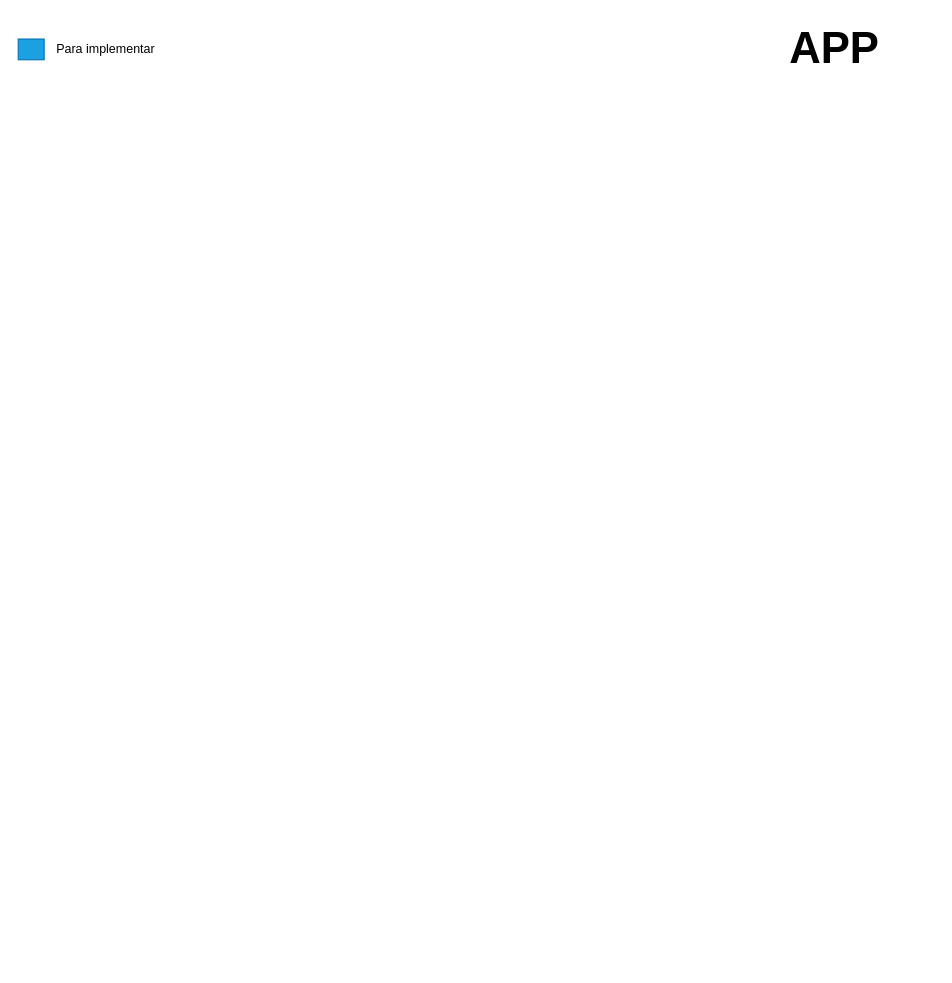
This is page "APP" (2 of 9) of Artefactos/Diagramas/diagrama-clases.drawio from Evynith/Entregable-Metodologias, a draw.io file, before an edit. Source tidied: cells renumbered, new cells numbered last; positions are measured from the earlier drawing's top-left corner, leaving out a move shared by most shapes. Both pictures are drawn from the tidied source at 104%, with x=0, y=0 at pixel (18, 18).
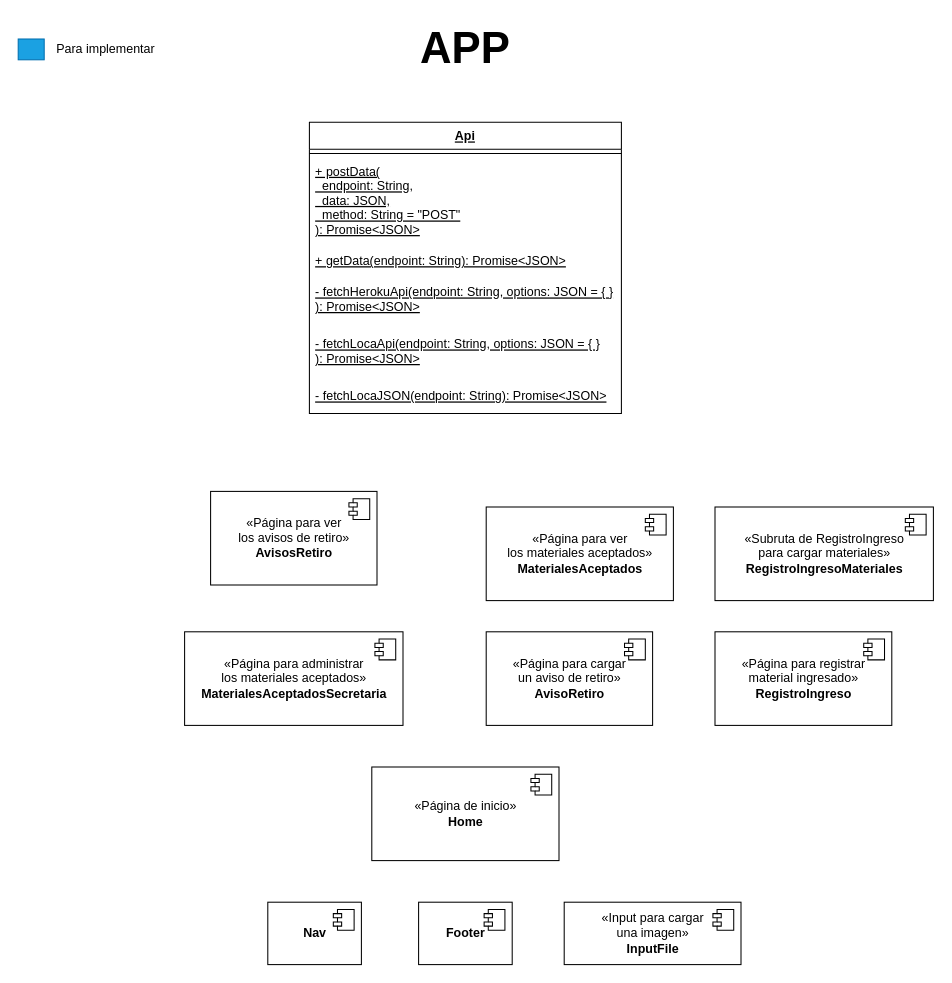
Above is the later version.

What changed in the source:
```diff
@@
     <mxCell id="4" value="APP" style="text;html=1;strokeColor=none;fillColor=none;align=center;verticalAlign=middle;whiteSpace=wrap;rounded=0;fontSize=42;fontStyle=1;" parent="1" vertex="1">
-      <mxGeometry x="725" width="120" height="60" as="geometry" />
+      <mxGeometry x="370" width="120" height="60" as="geometry" />
     </mxCell>
+    <mxCell id="5" value="&lt;b style=&quot;font-size: 12px;&quot;&gt;Nav&lt;/b&gt;" style="html=1;fontSize=12;fontColor=#000000;strokeColor=#000000;fillColor=#ffffff;" parent="1" vertex="1">
+      <mxGeometry x="240" y="850" width="90" height="60" as="geometry" />
+    </mxCell>
+    <mxCell id="6" style="shape=module;jettyWidth=8;jettyHeight=4;" parent="5" vertex="1">
+      <mxGeometry x="1" width="20" height="20" relative="1" as="geometry">
+        <mxPoint x="-27" y="7" as="offset" />
+      </mxGeometry>
+    </mxCell>
+    <mxCell id="7" value="&lt;b style=&quot;font-size: 12px;&quot;&gt;Footer&lt;/b&gt;" style="html=1;fontSize=12;fontColor=#000000;strokeColor=#000000;fillColor=#ffffff;" parent="1" vertex="1">
+      <mxGeometry x="385" y="850" width="90" height="60" as="geometry" />
+    </mxCell>
+    <mxCell id="8" style="shape=module;jettyWidth=8;jettyHeight=4;" parent="7" vertex="1">
+      <mxGeometry x="1" width="20" height="20" relative="1" as="geometry">
+        <mxPoint x="-27" y="7" as="offset" />
+      </mxGeometry>
+    </mxCell>
+    <mxCell id="9" value="«Página de inicio»&lt;br style=&quot;font-size: 12px;&quot;&gt;&lt;b style=&quot;font-size: 12px;&quot;&gt;Home&lt;/b&gt;" style="html=1;fontSize=12;fontColor=#000000;strokeColor=#000000;fillColor=#ffffff;" parent="1" vertex="1">
+      <mxGeometry x="340" y="720" width="180" height="90" as="geometry" />
+    </mxCell>
+    <mxCell id="10" style="shape=module;jettyWidth=8;jettyHeight=4;" parent="9" vertex="1">
+      <mxGeometry x="1" width="20" height="20" relative="1" as="geometry">
+        <mxPoint x="-27" y="7" as="offset" />
+      </mxGeometry>
+    </mxCell>
+    <mxCell id="11" value="«Página para registrar &lt;br style=&quot;font-size: 12px;&quot;&gt;material ingresado»&lt;br style=&quot;font-size: 12px;&quot;&gt;&lt;b style=&quot;font-size: 12px;&quot;&gt;RegistroIngreso&lt;/b&gt;" style="html=1;fontSize=12;fontColor=#000000;strokeColor=#000000;fillColor=#ffffff;" parent="1" vertex="1">
+      <mxGeometry x="670" y="590" width="170" height="90" as="geometry" />
+    </mxCell>
+    <mxCell id="12" style="shape=module;jettyWidth=8;jettyHeight=4;" parent="11" vertex="1">
+      <mxGeometry x="1" width="20" height="20" relative="1" as="geometry">
+        <mxPoint x="-27" y="7" as="offset" />
+      </mxGeometry>
+    </mxCell>
+    <mxCell id="13" value="«Subruta de RegistroIngreso &lt;br style=&quot;font-size: 12px;&quot;&gt;para cargar materiales»&lt;br style=&quot;font-size: 12px;&quot;&gt;&lt;b style=&quot;font-size: 12px;&quot;&gt;RegistroIngresoMateriales&lt;/b&gt;" style="html=1;fontSize=12;fontColor=#000000;strokeColor=#000000;fillColor=#ffffff;" parent="1" vertex="1">
+      <mxGeometry x="670" y="470" width="210" height="90" as="geometry" />
+    </mxCell>
+    <mxCell id="14" style="shape=module;jettyWidth=8;jettyHeight=4;" parent="13" vertex="1">
+      <mxGeometry x="1" width="20" height="20" relative="1" as="geometry">
+        <mxPoint x="-27" y="7" as="offset" />
+      </mxGeometry>
+    </mxCell>
+    <mxCell id="15" value="«Página para ver &lt;br style=&quot;font-size: 12px;&quot;&gt;los materiales aceptados»&lt;br style=&quot;font-size: 12px;&quot;&gt;&lt;b style=&quot;font-size: 12px;&quot;&gt;MaterialesAceptados&lt;/b&gt;" style="html=1;fontSize=12;fontColor=#000000;strokeColor=#000000;fillColor=#ffffff;" parent="1" vertex="1">
+      <mxGeometry x="450" y="470" width="180" height="90" as="geometry" />
+    </mxCell>
+    <mxCell id="16" style="shape=module;jettyWidth=8;jettyHeight=4;" parent="15" vertex="1">
+      <mxGeometry x="1" width="20" height="20" relative="1" as="geometry">
+        <mxPoint x="-27" y="7" as="offset" />
+      </mxGeometry>
+    </mxCell>
+    <mxCell id="17" value="«Página para administrar&lt;br style=&quot;font-size: 12px;&quot;&gt;los materiales aceptados»&lt;br style=&quot;font-size: 12px;&quot;&gt;&lt;b style=&quot;font-size: 12px;&quot;&gt;MaterialesAceptadosSecretaria&lt;/b&gt;" style="html=1;fontSize=12;fontColor=#000000;strokeColor=#000000;fillColor=#ffffff;" parent="1" vertex="1">
+      <mxGeometry x="160" y="590" width="210" height="90" as="geometry" />
+    </mxCell>
+    <mxCell id="18" style="shape=module;jettyWidth=8;jettyHeight=4;" parent="17" vertex="1">
+      <mxGeometry x="1" width="20" height="20" relative="1" as="geometry">
+        <mxPoint x="-27" y="7" as="offset" />
+      </mxGeometry>
+    </mxCell>
+    <mxCell id="19" value="«Página para cargar&lt;br style=&quot;font-size: 12px;&quot;&gt;un aviso de retiro»&lt;br style=&quot;font-size: 12px;&quot;&gt;&lt;b style=&quot;font-size: 12px;&quot;&gt;AvisoRetiro&lt;/b&gt;" style="html=1;fontSize=12;fontColor=#000000;strokeColor=#000000;fillColor=#ffffff;" parent="1" vertex="1">
+      <mxGeometry x="450" y="590" width="160" height="90" as="geometry" />
+    </mxCell>
+    <mxCell id="20" style="shape=module;jettyWidth=8;jettyHeight=4;" parent="19" vertex="1">
+      <mxGeometry x="1" width="20" height="20" relative="1" as="geometry">
+        <mxPoint x="-27" y="7" as="offset" />
+      </mxGeometry>
+    </mxCell>
+    <mxCell id="21" value="«Página para ver&lt;br style=&quot;font-size: 12px;&quot;&gt;los avisos de retiro»&lt;br style=&quot;font-size: 12px;&quot;&gt;&lt;b style=&quot;font-size: 12px;&quot;&gt;AvisosRetiro&lt;/b&gt;" style="html=1;fontSize=12;fontColor=#000000;strokeColor=#000000;fillColor=#ffffff;" parent="1" vertex="1">
+      <mxGeometry x="185" y="455" width="160" height="90" as="geometry" />
+    </mxCell>
+    <mxCell id="22" style="shape=module;jettyWidth=8;jettyHeight=4;" parent="21" vertex="1">
+      <mxGeometry x="1" width="20" height="20" relative="1" as="geometry">
+        <mxPoint x="-27" y="7" as="offset" />
+      </mxGeometry>
+    </mxCell>
+    <mxCell id="23" value="«Input para cargar &lt;br style=&quot;font-size: 12px;&quot;&gt;una imagen»&lt;br style=&quot;font-size: 12px;&quot;&gt;&lt;b style=&quot;font-size: 12px;&quot;&gt;InputFile&lt;/b&gt;" style="html=1;fontSize=12;fontColor=#000000;strokeColor=#000000;fillColor=#ffffff;" parent="1" vertex="1">
+      <mxGeometry x="525" y="850" width="170" height="60" as="geometry" />
+    </mxCell>
+    <mxCell id="24" style="shape=module;jettyWidth=8;jettyHeight=4;" parent="23" vertex="1">
+      <mxGeometry x="1" width="20" height="20" relative="1" as="geometry">
+        <mxPoint x="-27" y="7" as="offset" />
+      </mxGeometry>
+    </mxCell>
+    <mxCell id="25" value="Api" style="swimlane;fontStyle=5;align=center;verticalAlign=top;horizontal=1;startSize=26;fontSize=12;fontColor=#000000;strokeColor=#000000;fillColor=#ffffff;" parent="1" vertex="1">
+      <mxGeometry x="280" y="100" width="300" height="280" as="geometry" />
+    </mxCell>
+    <mxCell id="26" style="line;strokeWidth=1;fillColor=none;align=left;verticalAlign=middle;spacingTop=-1;spacingLeft=3;spacingRight=3;labelPosition=right;" parent="25" vertex="1">
+      <mxGeometry y="26" width="300" height="8" as="geometry" />
+    </mxCell>
+    <mxCell id="27" value="+ postData(&#10;  endpoint: String,&#10;  data: JSON,&#10;  method: String = &quot;POST&quot;&#10;): Promise&lt;JSON&gt;" style="text;strokeColor=none;fillColor=none;align=left;verticalAlign=top;spacingLeft=4;spacingRight=4;overflow=hidden;fontStyle=4;" parent="25" vertex="1">
+      <mxGeometry y="34" width="300" height="86" as="geometry" />
+    </mxCell>
+    <mxCell id="28" value="+ getData(endpoint: String): Promise&lt;JSON&gt;" style="text;strokeColor=none;fillColor=none;align=left;verticalAlign=top;spacingLeft=4;spacingRight=4;overflow=hidden;fontStyle=4;" parent="25" vertex="1">
+      <mxGeometry y="120" width="300" height="30" as="geometry" />
+    </mxCell>
+    <mxCell id="29" value="- fetchHerokuApi(endpoint: String, options: JSON = { }&#10;): Promise&lt;JSON&gt;" style="text;strokeColor=none;fillColor=none;align=left;verticalAlign=top;spacingLeft=4;spacingRight=4;overflow=hidden;fontStyle=4;" parent="25" vertex="1">
+      <mxGeometry y="150" width="300" height="50" as="geometry" />
+    </mxCell>
+    <mxCell id="30" value="- fetchLocaApi(endpoint: String, options: JSON = { }&#10;): Promise&lt;JSON&gt;" style="text;strokeColor=none;fillColor=none;align=left;verticalAlign=top;spacingLeft=4;spacingRight=4;overflow=hidden;fontStyle=4;" parent="25" vertex="1">
+      <mxGeometry y="200" width="300" height="50" as="geometry" />
+    </mxCell>
+    <mxCell id="31" value="- fetchLocaJSON(endpoint: String): Promise&lt;JSON&gt;" style="text;strokeColor=none;fillColor=none;align=left;verticalAlign=top;spacingLeft=4;spacingRight=4;overflow=hidden;fontStyle=4;" parent="25" vertex="1">
+      <mxGeometry y="250" width="300" height="30" as="geometry" />
+    </mxCell>
+    <mxCell id="32" style="edgeStyle=orthogonalEdgeStyle;rounded=0;orthogonalLoop=1;jettySize=auto;html=1;exitX=0.5;exitY=1;exitDx=0;exitDy=0;dashed=1;fontSize=12;fontColor=#000000;" parent="1" edge="1" source="21" target="21">
+      <mxGeometry relative="1" as="geometry" />
+    </mxCell>
```
